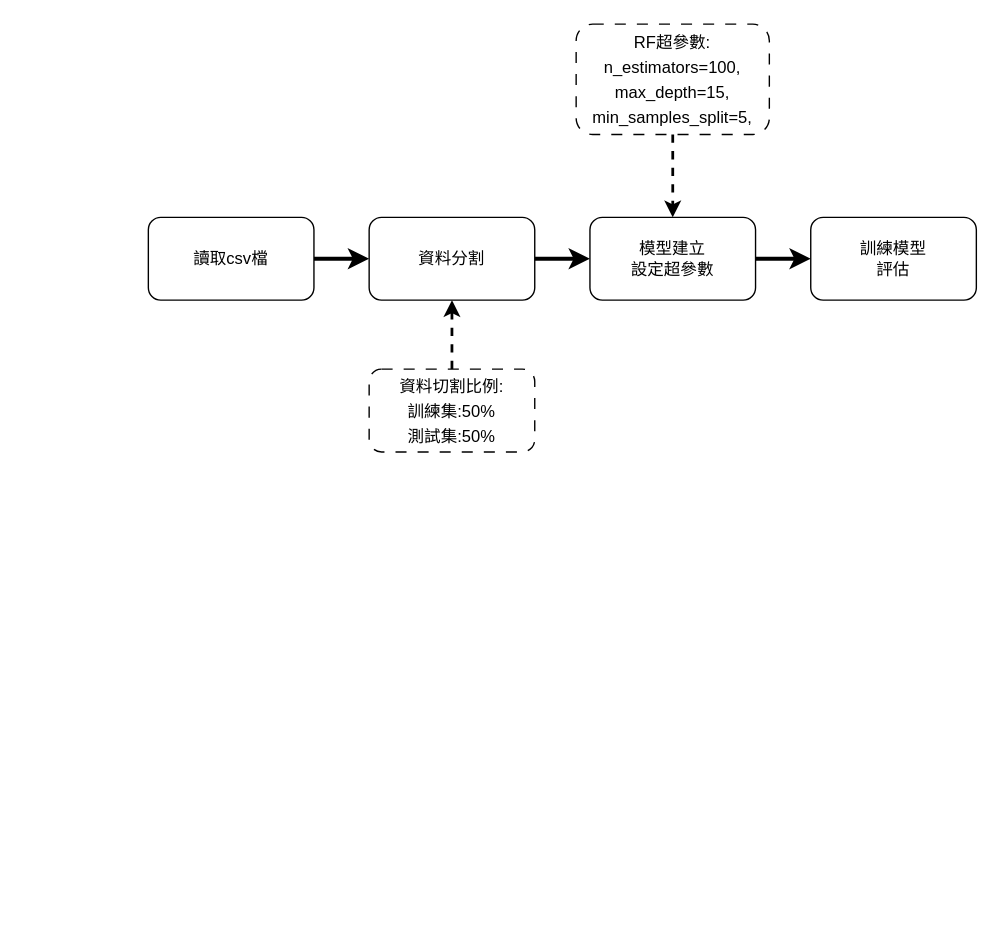
The draw.io diagram page "第 4 页" (4 of 6) of 優化器模擬器互動.drawio in lai20021015/Automobile-energy-consumption-detector, before the edit. Source tidied: cells renumbered, new cells numbered last; positions are measured from the earlier drawing's top-left corner, leaving out a move shared by most shapes. Both pictures are drawn from the tidied source at 138%, with x=0, y=0 at pixel (148, 23).
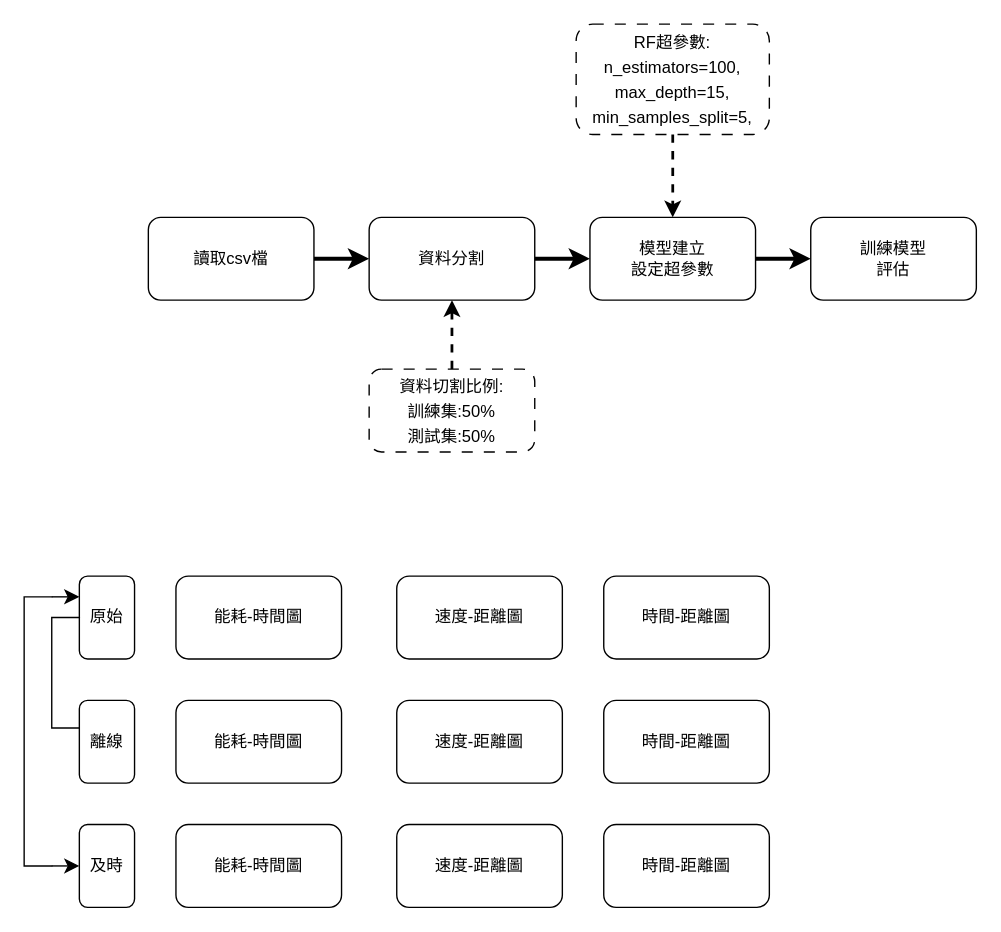
The same diagram, later.

Change to the diagram source:
```diff
@@
+    <mxCell id="13" value="能耗-時間圖" style="rounded=1;whiteSpace=wrap;html=1;" parent="1" vertex="1">
+      <mxGeometry x="20" y="400" width="120" height="60" as="geometry" />
+    </mxCell>
+    <mxCell id="14" value="能耗-時間圖" style="rounded=1;whiteSpace=wrap;html=1;" parent="1" vertex="1">
+      <mxGeometry x="20" y="490" width="120" height="60" as="geometry" />
+    </mxCell>
+    <mxCell id="15" value="速度-距離圖" style="rounded=1;whiteSpace=wrap;html=1;" parent="1" vertex="1">
+      <mxGeometry x="180" y="400" width="120" height="60" as="geometry" />
+    </mxCell>
+    <mxCell id="16" value="時間-距離圖" style="rounded=1;whiteSpace=wrap;html=1;" parent="1" vertex="1">
+      <mxGeometry x="330" y="400" width="120" height="60" as="geometry" />
+    </mxCell>
+    <mxCell id="17" value="時間-距離圖" style="rounded=1;whiteSpace=wrap;html=1;" parent="1" vertex="1">
+      <mxGeometry x="330" y="490" width="120" height="60" as="geometry" />
+    </mxCell>
+    <mxCell id="18" value="原始" style="rounded=1;whiteSpace=wrap;html=1;" parent="1" vertex="1">
+      <mxGeometry x="-50" y="400" width="40" height="60" as="geometry" />
+    </mxCell>
+    <mxCell id="19" value="離線" style="rounded=1;whiteSpace=wrap;html=1;" parent="1" vertex="1">
+      <mxGeometry x="-50" y="490" width="40" height="60" as="geometry" />
+    </mxCell>
+    <mxCell id="20" value="及時" style="rounded=1;whiteSpace=wrap;html=1;" parent="1" vertex="1">
+      <mxGeometry x="-50" y="580" width="40" height="60" as="geometry" />
+    </mxCell>
+    <mxCell id="21" value="速度-距離圖" style="rounded=1;whiteSpace=wrap;html=1;" parent="1" vertex="1">
+      <mxGeometry x="180" y="490" width="120" height="60" as="geometry" />
+    </mxCell>
+    <mxCell id="22" value="速度-距離圖" style="rounded=1;whiteSpace=wrap;html=1;" parent="1" vertex="1">
+      <mxGeometry x="180" y="580" width="120" height="60" as="geometry" />
+    </mxCell>
+    <mxCell id="23" value="能耗-時間圖" style="rounded=1;whiteSpace=wrap;html=1;" parent="1" vertex="1">
+      <mxGeometry x="20" y="580" width="120" height="60" as="geometry" />
+    </mxCell>
+    <mxCell id="24" value="時間-距離圖" style="rounded=1;whiteSpace=wrap;html=1;" parent="1" vertex="1">
+      <mxGeometry x="330" y="580" width="120" height="60" as="geometry" />
+    </mxCell>
+    <mxCell id="25" style="edgeStyle=none;curved=1;rounded=0;jettySize=auto;html=1;exitX=1;exitY=0;exitDx=0;exitDy=0;fontSize=12;startSize=8;endSize=8;" parent="1" edge="1" source="26" target="19">
+      <mxGeometry relative="1" as="geometry" />
+    </mxCell>
+    <mxCell id="26" style="shape=partialRectangle;whiteSpace=wrap;html=1;bottom=1;right=1;left=1;top=0;fillColor=none;routingCenterX=-0.5;rotation=90;" parent="1" vertex="1">
+      <mxGeometry x="-100" y="460" width="80" height="20" as="geometry" />
+    </mxCell>
+    <mxCell id="27" style="edgeStyle=none;curved=1;rounded=0;jettySize=auto;html=1;exitX=1;exitY=0;exitDx=0;exitDy=0;entryX=0;entryY=0.5;entryDx=0;entryDy=0;fontSize=12;startSize=8;endSize=8;" parent="1" edge="1" source="29" target="20">
+      <mxGeometry relative="1" as="geometry" />
+    </mxCell>
+    <mxCell id="28" style="edgeStyle=none;curved=1;rounded=0;jettySize=auto;html=1;exitX=0;exitY=0;exitDx=0;exitDy=0;entryX=0;entryY=0.25;entryDx=0;entryDy=0;fontSize=12;startSize=8;endSize=8;" parent="1" edge="1" source="29" target="18">
+      <mxGeometry relative="1" as="geometry" />
+    </mxCell>
+    <mxCell id="29" style="shape=partialRectangle;whiteSpace=wrap;html=1;bottom=1;right=1;left=1;top=0;fillColor=none;routingCenterX=-0.5;rotation=90;" parent="1" vertex="1">
+      <mxGeometry x="-177.5" y="502.5" width="195" height="20" as="geometry" />
+    </mxCell>
```
